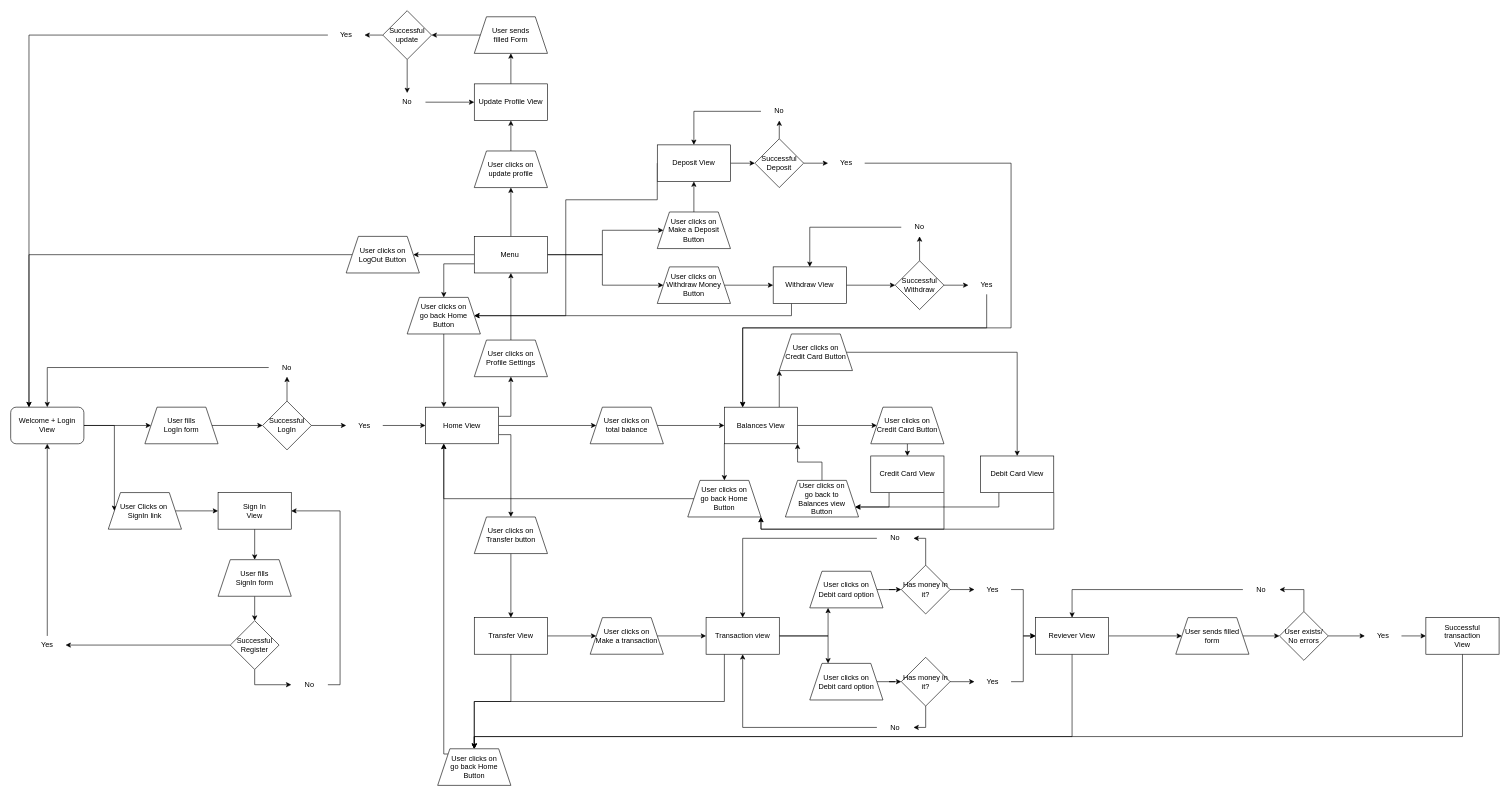
Before: Diagrama sin título.drawio in Coquixo/final-flow-diagram, a draw.io diagram. Source tidied: cells renumbered, new cells numbered last; positions are measured from the earlier drawing's top-left corner, leaving out a move shared by most shapes. Both pictures are drawn from the tidied source at 61%, with x=0, y=0 at pixel (10, 10).
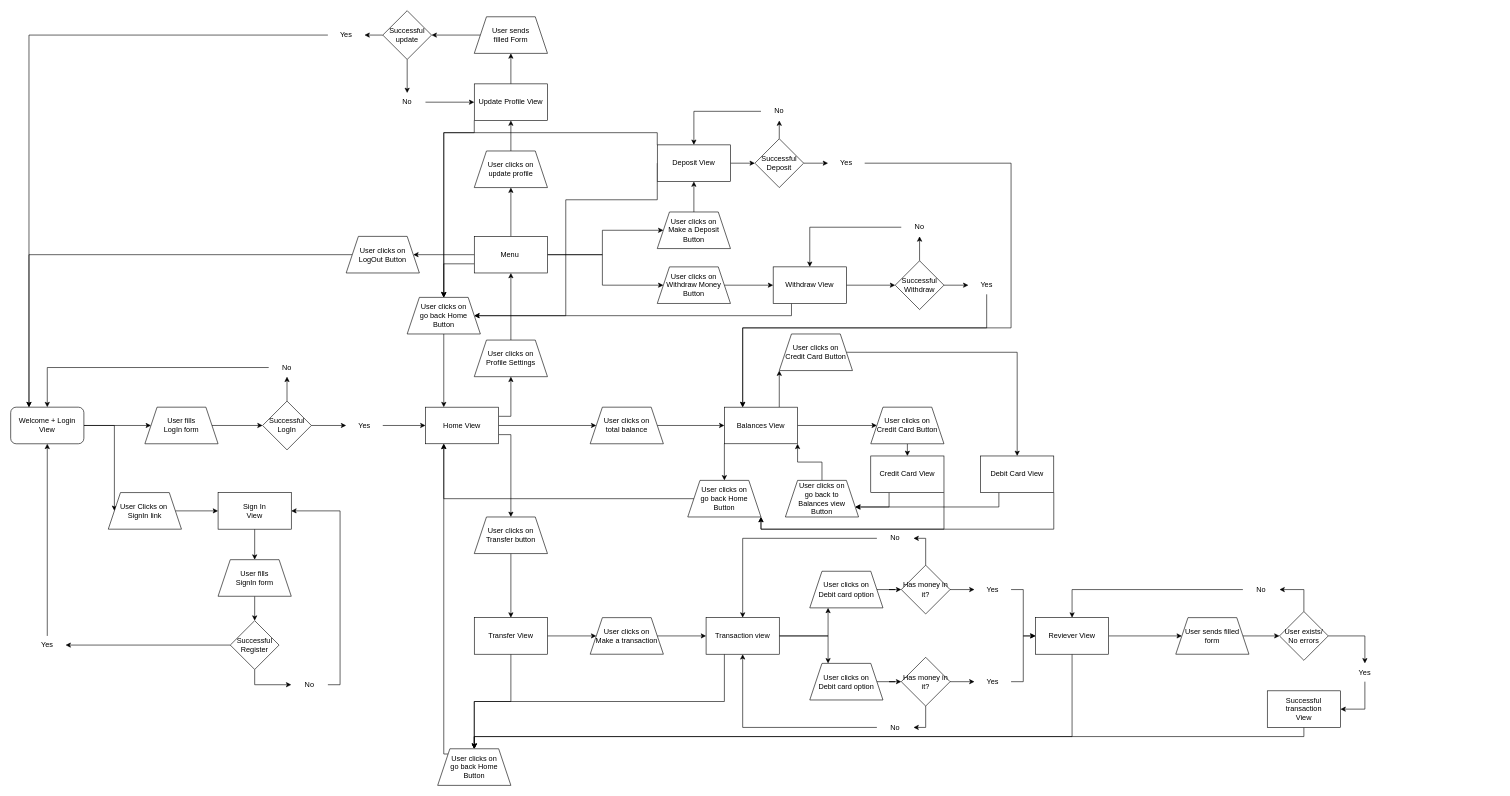
Above is the later version.

Commit message:
Added a single user action.drawio

Unchanged cells that the change refers to:
```xml
<mxCell id="87" value="User exists/&lt;br&gt;No errors" style="rhombus;whiteSpace=wrap;html=1;" parent="1" vertex="1">
  <mxGeometry x="2080" y="985" width="80" height="80" as="geometry" />
</mxCell>
<mxCell id="95" value="User clicks on&lt;br&gt;go back Home&lt;br&gt;Button" style="shape=trapezoid;perimeter=trapezoidPerimeter;whiteSpace=wrap;html=1;fixedSize=1;" parent="1" vertex="1">
  <mxGeometry x="700" y="1210" width="120" height="60" as="geometry" />
</mxCell>
<mxCell id="111" value="User clicks on&lt;br&gt;go back Home&lt;br&gt;Button" style="shape=trapezoid;perimeter=trapezoidPerimeter;whiteSpace=wrap;html=1;fixedSize=1;" parent="1" vertex="1">
  <mxGeometry x="650" y="470" width="120" height="60" as="geometry" />
</mxCell>
<mxCell id="114" value="Deposit View" style="rounded=0;whiteSpace=wrap;html=1;" parent="1" vertex="1">
  <mxGeometry x="1060" y="220" width="120" height="60" as="geometry" />
</mxCell>
<mxCell id="133" value="Update Profile View" style="rounded=0;whiteSpace=wrap;html=1;" parent="1" vertex="1">
  <mxGeometry x="760" y="120" width="120" height="60" as="geometry" />
</mxCell>
```

Change to the diagram source:
```diff
@@
-    <mxCell id="86" style="edgeStyle=orthogonalEdgeStyle;rounded=0;jettySize=auto;html=1;exitX=1;exitY=0.5;exitDx=0;exitDy=0;entryX=0;entryY=0.5;entryDx=0;entryDy=0;" parent="1" edge="1" source="87" target="91">
+    <mxCell id="86" style="edgeStyle=orthogonalEdgeStyle;rounded=0;jettySize=auto;html=1;exitX=1;exitY=0.5;exitDx=0;exitDy=0;entryX=0.5;entryY=0;entryDx=0;entryDy=0;" parent="1" edge="1" source="87" target="91">
       <mxGeometry relative="1" as="geometry" />
     </mxCell>
@@
-    <mxCell id="90" style="edgeStyle=orthogonalEdgeStyle;rounded=0;jettySize=auto;html=1;exitX=1;exitY=0.5;exitDx=0;exitDy=0;entryX=0;entryY=0.5;entryDx=0;entryDy=0;" parent="1" edge="1" source="91" target="93">
+    <mxCell id="90" style="edgeStyle=orthogonalEdgeStyle;rounded=0;jettySize=auto;html=1;exitX=0.5;exitY=1;exitDx=0;exitDy=0;entryX=1;entryY=0.5;entryDx=0;entryDy=0;" parent="1" edge="1" source="91" target="93">
       <mxGeometry relative="1" as="geometry" />
     </mxCell>
     <mxCell id="91" value="Yes" style="text;html=1;strokeColor=none;fillColor=none;align=center;verticalAlign=middle;whiteSpace=wrap;rounded=0;" parent="1" vertex="1">
-      <mxGeometry x="2220" y="1010" width="60" height="30" as="geometry" />
+      <mxGeometry x="2190" y="1070" width="60" height="30" as="geometry" />
     </mxCell>
     <mxCell id="92" style="edgeStyle=orthogonalEdgeStyle;rounded=0;jettySize=auto;html=1;exitX=0.5;exitY=1;exitDx=0;exitDy=0;entryX=0.5;entryY=0;entryDx=0;entryDy=0;" parent="1" edge="1" source="93" target="95">
       <mxGeometry relative="1" as="geometry">
         <Array as="points">
-          <mxPoint x="2380" y="1190" />
+          <mxPoint x="2120" y="1190" />
           <mxPoint x="760" y="1190" />
         </Array>
       </mxGeometry>
     </mxCell>
     <mxCell id="93" value="Successful transaction&lt;br&gt;View" style="rounded=0;whiteSpace=wrap;html=1;" parent="1" vertex="1">
-      <mxGeometry x="2320" y="995" width="120" height="60" as="geometry" />
+      <mxGeometry x="2060" y="1115" width="120" height="60" as="geometry" />
     </mxCell>
@@
+    <mxCell id="145" style="edgeStyle=orthogonalEdgeStyle;rounded=0;jettySize=auto;html=1;exitX=0;exitY=0;exitDx=0;exitDy=0;entryX=0.5;entryY=0;entryDx=0;entryDy=0;" parent="1" edge="1" source="114" target="111">
+      <mxGeometry relative="1" as="geometry" />
+    </mxCell>
@@
+    <mxCell id="146" style="edgeStyle=orthogonalEdgeStyle;rounded=0;jettySize=auto;html=1;exitX=0;exitY=1;exitDx=0;exitDy=0;entryX=0.5;entryY=0;entryDx=0;entryDy=0;" parent="1" edge="1" source="133" target="111">
+      <mxGeometry relative="1" as="geometry">
+        <Array as="points">
+          <mxPoint x="760" y="200" />
+          <mxPoint x="710" y="200" />
+        </Array>
+      </mxGeometry>
+    </mxCell>
```
